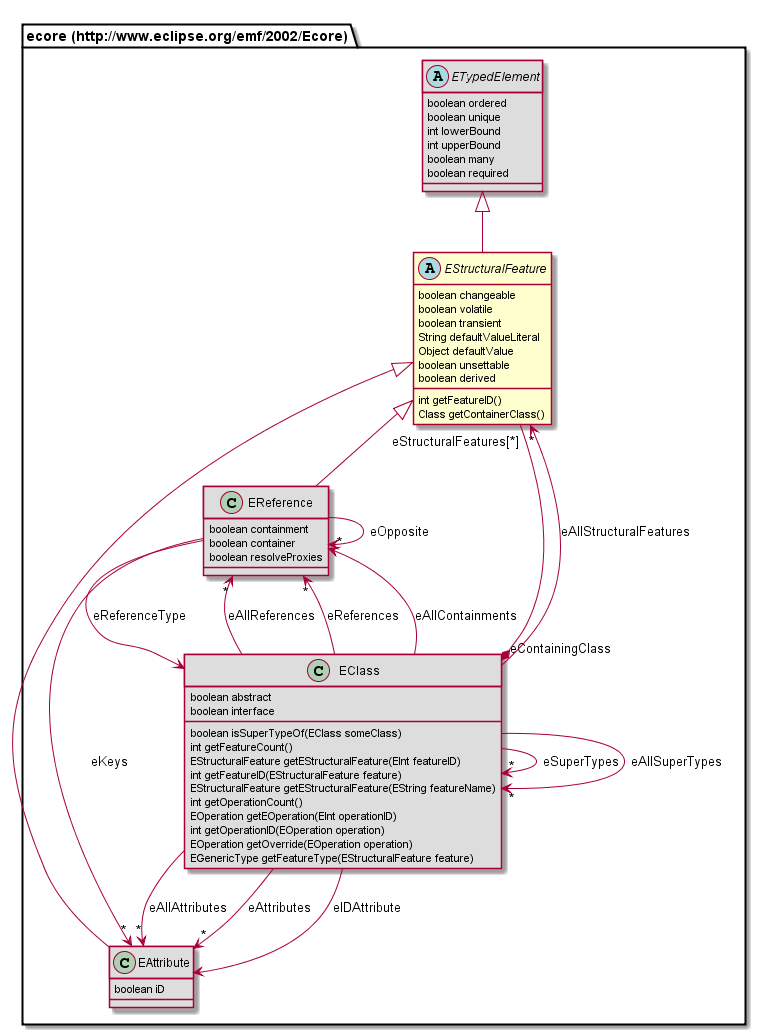
The PlantUML diagram org.nasdanika.codegen.editor/doc/model/687474703a2f2f7777772e65636c697073652e6f72672f656d662f323030322f45636f7265/EStructuralFeature.png in Nasdanika/codegen, before a commit.
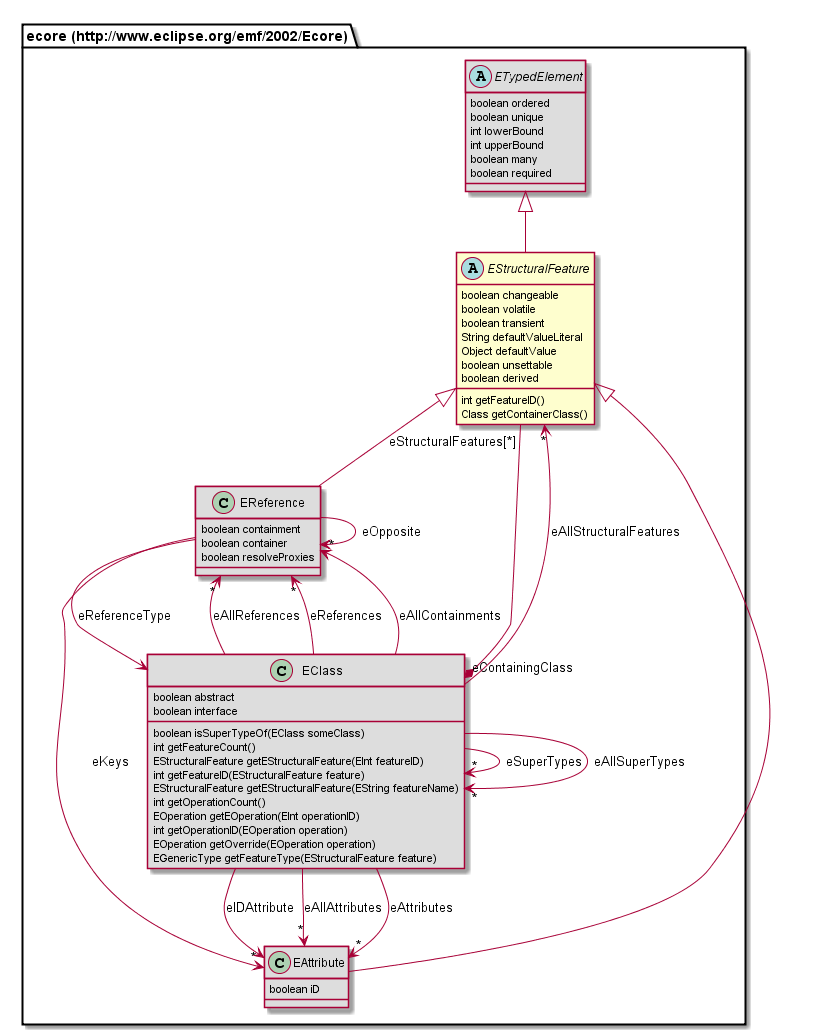
Later version of the same file.

The edit, as a diff of the source:
```diff
@@ -10,13 +10,13 @@
 	int getFeatureID()
 	Class getContainerClass()
 }
-class "ecore (http://www.eclipse.org/emf/2002/Ecore).EAttribute" #DDDDDD {
-	boolean iD
-}
 class "ecore (http://www.eclipse.org/emf/2002/Ecore).EReference" #DDDDDD {
 	boolean containment
 	boolean container
 	boolean resolveProxies
+}
+class "ecore (http://www.eclipse.org/emf/2002/Ecore).EAttribute" #DDDDDD {
+	boolean iD
 }
 abstract class "ecore (http://www.eclipse.org/emf/2002/Ecore).ETypedElement" #DDDDDD {
 	boolean ordered
@@ -40,13 +40,13 @@
 	EOperation getOverride(EOperation operation)
 	EGenericType getFeatureType(EStructuralFeature feature)
 }
+"ecore (http://www.eclipse.org/emf/2002/Ecore).EStructuralFeature" <|-- "ecore (http://www.eclipse.org/emf/2002/Ecore).EReference"
+"ecore (http://www.eclipse.org/emf/2002/Ecore).ETypedElement" <|-- "ecore (http://www.eclipse.org/emf/2002/Ecore).EStructuralFeature"
 "ecore (http://www.eclipse.org/emf/2002/Ecore).EStructuralFeature" <|-- "ecore (http://www.eclipse.org/emf/2002/Ecore).EAttribute"
-"ecore (http://www.eclipse.org/emf/2002/Ecore).ETypedElement" <|-- "ecore (http://www.eclipse.org/emf/2002/Ecore).EStructuralFeature"
-"ecore (http://www.eclipse.org/emf/2002/Ecore).EStructuralFeature" <|-- "ecore (http://www.eclipse.org/emf/2002/Ecore).EReference"
-"ecore (http://www.eclipse.org/emf/2002/Ecore).EStructuralFeature" "eStructuralFeatures[*]" --* "eContainingClass" "ecore (http://www.eclipse.org/emf/2002/Ecore).EClass"
 "ecore (http://www.eclipse.org/emf/2002/Ecore).EReference" --> "ecore (http://www.eclipse.org/emf/2002/Ecore).EReference" : eOpposite
 "ecore (http://www.eclipse.org/emf/2002/Ecore).EReference" --> "ecore (http://www.eclipse.org/emf/2002/Ecore).EClass" : eReferenceType
 "ecore (http://www.eclipse.org/emf/2002/Ecore).EReference" --> "*" "ecore (http://www.eclipse.org/emf/2002/Ecore).EAttribute" : eKeys
+"ecore (http://www.eclipse.org/emf/2002/Ecore).EStructuralFeature" "eStructuralFeatures[*]" --* "eContainingClass" "ecore (http://www.eclipse.org/emf/2002/Ecore).EClass"
 "ecore (http://www.eclipse.org/emf/2002/Ecore).EClass" --> "*" "ecore (http://www.eclipse.org/emf/2002/Ecore).EClass" : eSuperTypes
 "ecore (http://www.eclipse.org/emf/2002/Ecore).EClass" --> "*" "ecore (http://www.eclipse.org/emf/2002/Ecore).EAttribute" : eAllAttributes
 "ecore (http://www.eclipse.org/emf/2002/Ecore).EClass" --> "*" "ecore (http://www.eclipse.org/emf/2002/Ecore).EReference" : eAllReferences
```
